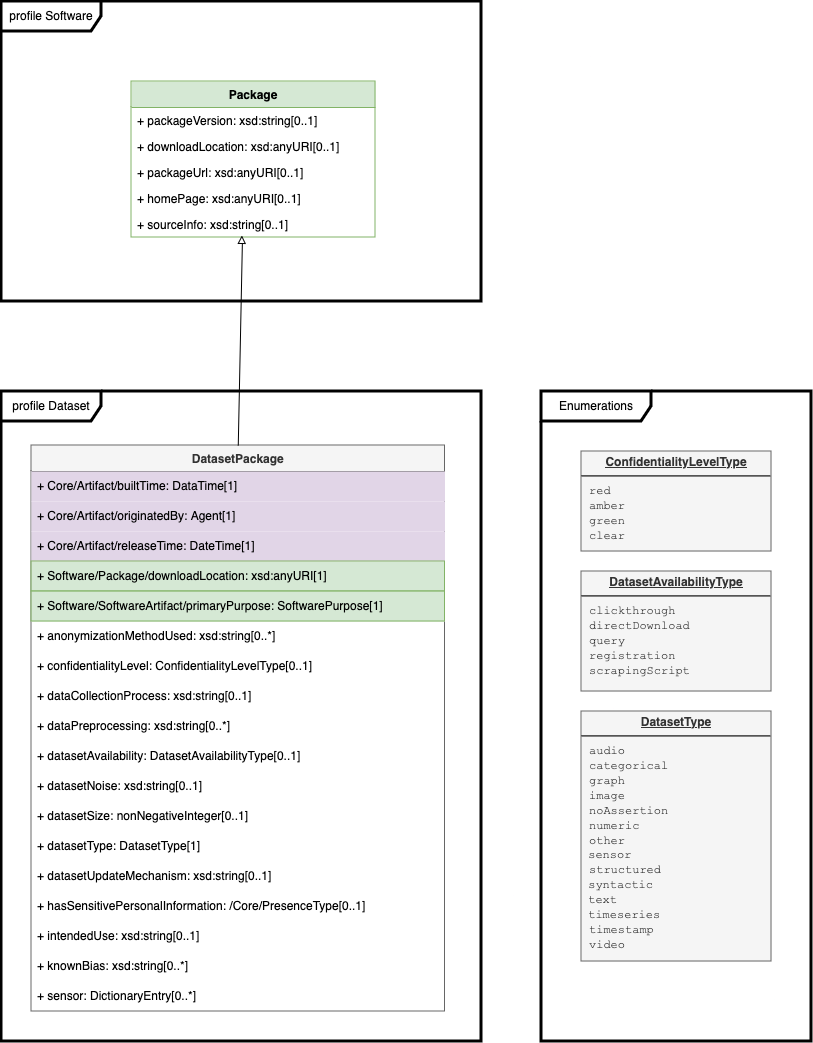
The draw.io diagram docs/images/model-dataset.png in spdx/spdx-spec, before a commit. Source tidied: cells renumbered, new cells last; positions are measured from the earlier drawing's top-left corner, leaving out a move shared by most shapes.
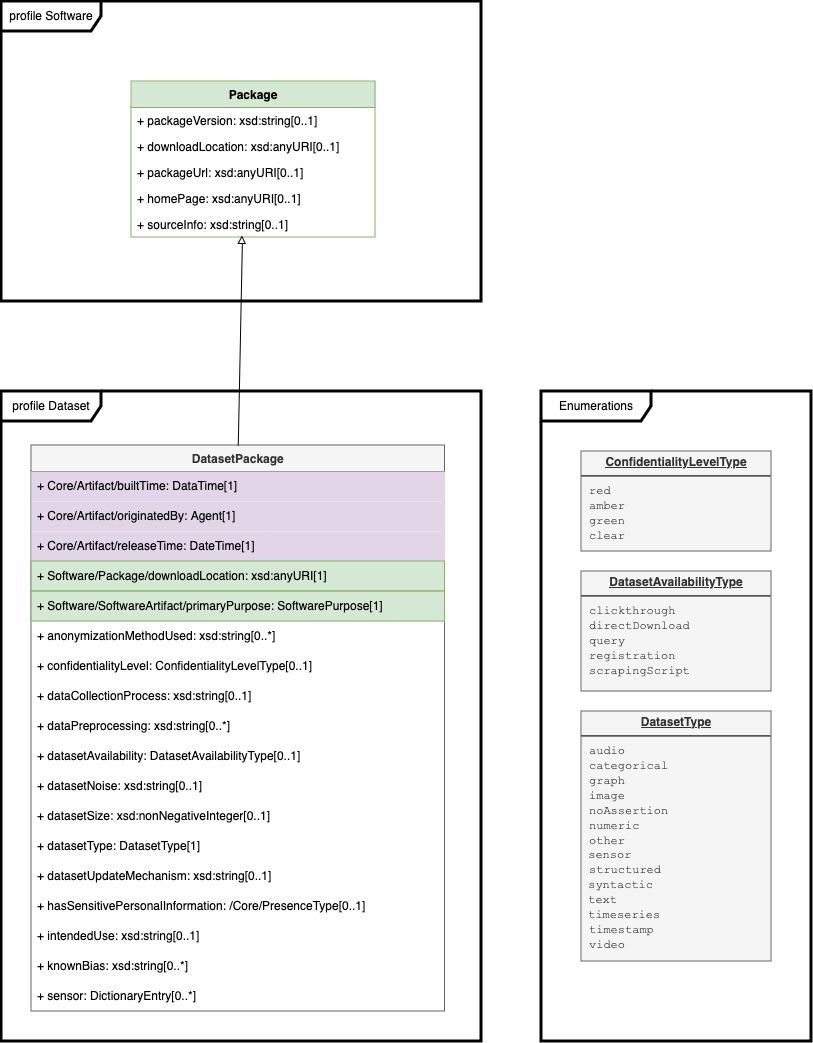
Above is the later version.

What changed in the source:
```diff
@@ -62,7 +62,7 @@
     <mxCell id="21" value="+ datasetNoise: xsd:string[0..1]" style="text;strokeColor=none;fillColor=none;align=left;verticalAlign=middle;spacingLeft=4;spacingRight=4;overflow=hidden;whiteSpace=wrap;html=1;" parent="10" vertex="1">
       <mxGeometry y="326" width="413.5" height="30" as="geometry" />
     </mxCell>
-    <mxCell id="22" value="+ datasetSize: nonNegativeInteger[0..1]" style="text;strokeColor=none;fillColor=none;align=left;verticalAlign=middle;spacingLeft=4;spacingRight=4;overflow=hidden;whiteSpace=wrap;html=1;" parent="10" vertex="1">
+    <mxCell id="22" value="+ datasetSize: xsd:nonNegativeInteger[0..1]" style="text;strokeColor=none;fillColor=none;align=left;verticalAlign=middle;spacingLeft=4;spacingRight=4;overflow=hidden;whiteSpace=wrap;html=1;" parent="10" vertex="1">
       <mxGeometry y="356" width="413.5" height="30" as="geometry" />
     </mxCell>
     <mxCell id="23" value="+ datasetType: DatasetType[1]" style="text;strokeColor=none;fillColor=none;align=left;verticalAlign=middle;spacingLeft=4;spacingRight=4;overflow=hidden;whiteSpace=wrap;html=1;" parent="10" vertex="1">
```
